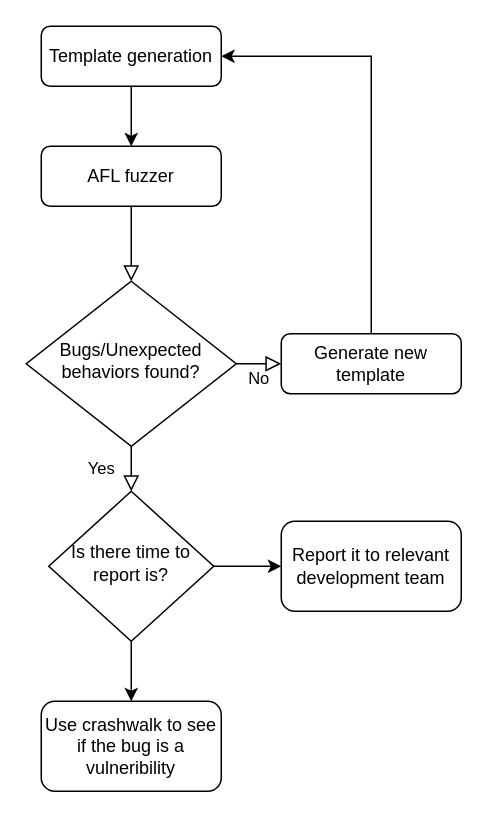
Above: flowchart.drawio in GloC99/diagrams (draw.io), before the change. Source tidied: cells renumbered, new cells numbered last; positions are measured from the earlier drawing's top-left corner, leaving out a move shared by most shapes. Both pictures are drawn from the tidied source at 150%, with x=0, y=0 at pixel (26, 26).
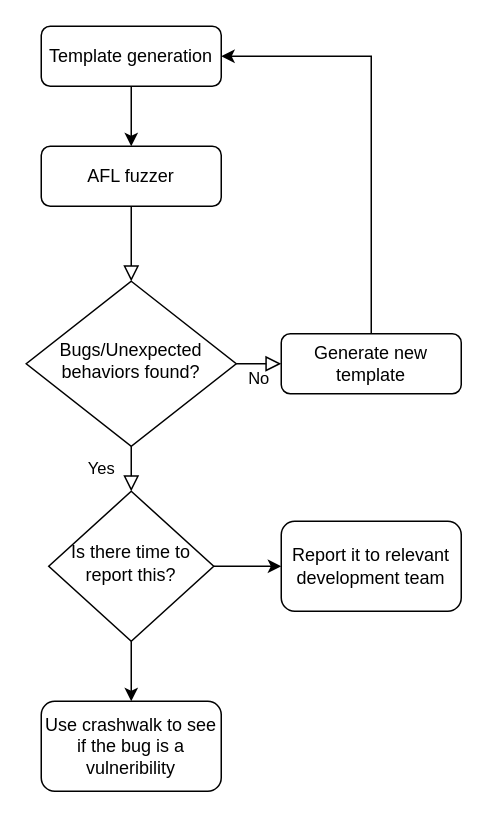
Above is the later version.

What changed in the source:
```diff
@@
 <mxGraphModel>
   <root>
     <mxCell id="0" />
     <mxCell id="1" parent="0" />
     <mxCell id="2" style="rounded=0;html=1;jettySize=auto;fontSize=11;endArrow=block;endFill=0;endSize=8;strokeWidth=1;shadow=0;labelBackgroundColor=none;edgeStyle=orthogonalEdgeStyle;" parent="1" edge="1" source="3" target="6">
       <mxGeometry relative="1" as="geometry" />
     </mxCell>
     <mxCell id="3" value="AFL fuzzer" style="rounded=1;whiteSpace=wrap;html=1;fontSize=12;glass=0;strokeWidth=1;shadow=0;" parent="1" vertex="1">
       <mxGeometry x="10" y="80" width="120" height="40" as="geometry" />
     </mxCell>
     <mxCell id="4" value="Yes" style="rounded=0;html=1;jettySize=auto;fontSize=11;endArrow=block;endFill=0;endSize=8;strokeWidth=1;shadow=0;labelBackgroundColor=none;edgeStyle=orthogonalEdgeStyle;" parent="1" edge="1" source="6" target="11">
       <mxGeometry y="20" relative="1" as="geometry" />
     </mxCell>
     <mxCell id="5" value="No" style="edgeStyle=orthogonalEdgeStyle;rounded=0;html=1;jettySize=auto;fontSize=11;endArrow=block;endFill=0;endSize=8;strokeWidth=1;shadow=0;labelBackgroundColor=none;" parent="1" edge="1" source="6" target="8">
       <mxGeometry y="10" relative="1" as="geometry" />
     </mxCell>
     <mxCell id="6" value="Bugs/Unexpected behaviors found?" style="rhombus;whiteSpace=wrap;html=1;shadow=0;fontFamily=Helvetica;fontSize=12;align=center;strokeWidth=1;spacing=6;spacingTop=-4;" parent="1" vertex="1">
       <mxGeometry y="170" width="140" height="110" as="geometry" />
     </mxCell>
     <mxCell id="7" style="edgeStyle=orthogonalEdgeStyle;rounded=0;jettySize=auto;html=1;entryX=1;entryY=0.5;entryDx=0;entryDy=0;" parent="1" edge="1" source="8" target="13">
       <mxGeometry relative="1" as="geometry">
         <Array as="points">
           <mxPoint x="230" y="20" />
         </Array>
       </mxGeometry>
     </mxCell>
     <mxCell id="8" value="Generate new template" style="rounded=1;whiteSpace=wrap;html=1;fontSize=12;glass=0;strokeWidth=1;shadow=0;" parent="1" vertex="1">
       <mxGeometry x="170" y="205" width="120" height="40" as="geometry" />
     </mxCell>
     <mxCell id="9" style="edgeStyle=orthogonalEdgeStyle;rounded=0;jettySize=auto;html=1;" parent="1" edge="1" source="11" target="15">
       <mxGeometry relative="1" as="geometry" />
     </mxCell>
     <mxCell id="10" style="edgeStyle=orthogonalEdgeStyle;rounded=0;jettySize=auto;html=1;" parent="1" edge="1" source="11" target="14">
       <mxGeometry relative="1" as="geometry" />
     </mxCell>
-    <mxCell id="11" value="Is there time to report is?" style="rhombus;whiteSpace=wrap;html=1;shadow=0;fontFamily=Helvetica;fontSize=12;align=center;strokeWidth=1;spacing=6;spacingTop=-4;" parent="1" vertex="1">
+    <mxCell id="11" value="Is there time to report this?" style="rhombus;whiteSpace=wrap;html=1;shadow=0;fontFamily=Helvetica;fontSize=12;align=center;strokeWidth=1;spacing=6;spacingTop=-4;" parent="1" vertex="1">
       <mxGeometry x="15" y="310" width="110" height="100" as="geometry" />
     </mxCell>
     <mxCell id="12" style="edgeStyle=orthogonalEdgeStyle;rounded=0;jettySize=auto;html=1;" parent="1" edge="1" source="13" target="3">
       <mxGeometry relative="1" as="geometry" />
     </mxCell>
     <mxCell id="13" value="Template generation" style="rounded=1;whiteSpace=wrap;html=1;fontSize=12;glass=0;strokeWidth=1;shadow=0;" parent="1" vertex="1">
       <mxGeometry x="10" width="120" height="40" as="geometry" />
     </mxCell>
     <mxCell id="14" value="Report it to relevant development team" style="rounded=1;whiteSpace=wrap;html=1;" parent="1" vertex="1">
       <mxGeometry x="170" y="330" width="120" height="60" as="geometry" />
     </mxCell>
     <mxCell id="15" value="Use crashwalk to see if the bug is a vulneribility" style="rounded=1;whiteSpace=wrap;html=1;" parent="1" vertex="1">
       <mxGeometry x="10" y="450" width="120" height="60" as="geometry" />
     </mxCell>
   </root>
 </mxGraphModel>
```
